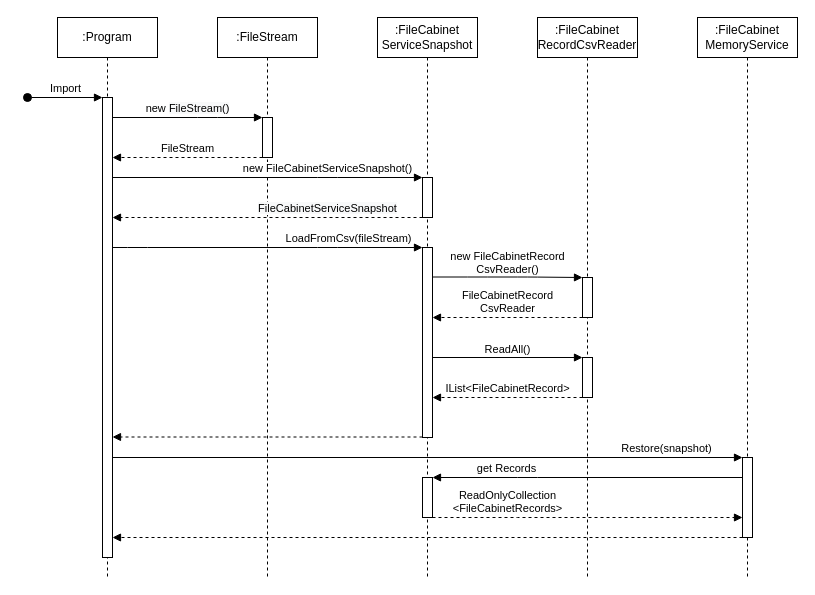
Before: page "Import - Sequence" (10 of 20) of drawings.drawio in epam-dotnet-lab/file-cabinet-task, a draw.io diagram. Source tidied: cells renumbered, new cells numbered last; positions are measured from the earlier drawing's top-left corner, leaving out a move shared by most shapes. Both pictures are drawn from the tidied source at 100%, with x=0, y=0 at pixel (27, 17).
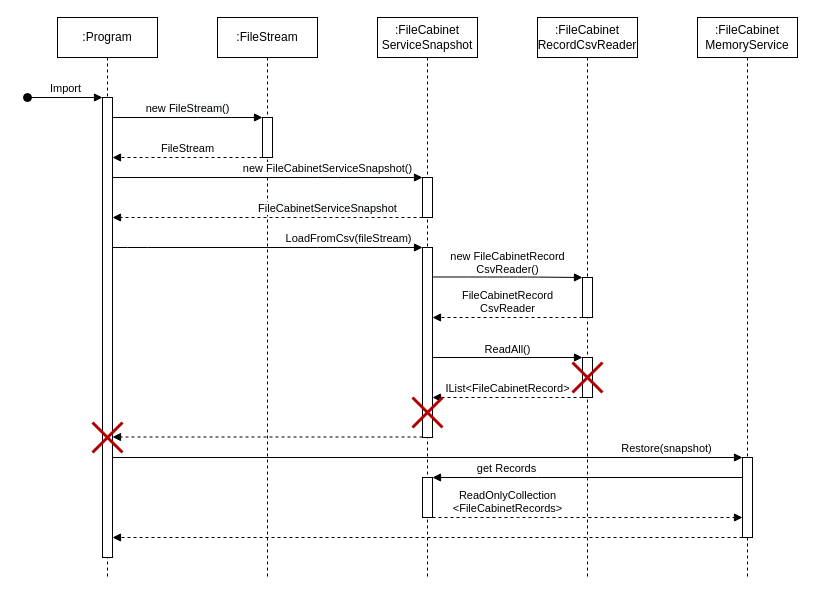
Above is the later version.

Unchanged cells that the change refers to:
```xml
<mxCell id="2" value=":Program" style="shape=umlLifeline;perimeter=lifelinePerimeter;whiteSpace=wrap;html=1;strokeColor=#000000;fillColor=none;" parent="1" vertex="1">
  <mxGeometry x="30" width="100" height="560" as="geometry" />
</mxCell>
<mxCell id="13" value="&lt;span style=&quot;font-weight: 400 ; white-space: nowrap&quot;&gt;:FileCabinet&lt;/span&gt;&lt;br style=&quot;font-weight: 400 ; white-space: nowrap&quot;&gt;&lt;span style=&quot;font-weight: 400 ; white-space: nowrap&quot;&gt;RecordCsvReader&lt;/span&gt;" style="shape=umlLifeline;perimeter=lifelinePerimeter;whiteSpace=wrap;html=1;strokeColor=#000000;fillColor=none;fontStyle=1;" parent="1" vertex="1">
  <mxGeometry x="510" width="100" height="560" as="geometry" />
</mxCell>
```

The edit, as a diff of the source:
```diff
@@
+    <mxCell id="30" style="group;" parent="2" vertex="1">
+      <mxGeometry x="35" y="405" width="30" height="30" as="geometry" />
+    </mxCell>
+    <mxCell id="31" style="endArrow=none;html=1;strokeWidth=3;fillColor=#e51400;strokeColor=#B20000;" parent="30" edge="1">
+      <mxGeometry relative="1" as="geometry">
+        <mxPoint y="30" as="sourcePoint" />
+        <mxPoint x="30" as="targetPoint" />
+      </mxGeometry>
+    </mxCell>
+    <mxCell id="32" style="endArrow=none;html=1;strokeWidth=3;fillColor=#e51400;strokeColor=#B20000;" parent="30" edge="1">
+      <mxGeometry relative="1" as="geometry">
+        <mxPoint x="30" y="30" as="sourcePoint" />
+        <mxPoint as="targetPoint" />
+      </mxGeometry>
+    </mxCell>
@@
+    <mxCell id="33" style="group;" parent="13" vertex="1">
+      <mxGeometry x="35" y="345" width="30" height="30" as="geometry" />
+    </mxCell>
+    <mxCell id="34" style="endArrow=none;html=1;strokeWidth=3;fillColor=#e51400;strokeColor=#B20000;" parent="33" edge="1">
+      <mxGeometry relative="1" as="geometry">
+        <mxPoint y="30" as="sourcePoint" />
+        <mxPoint x="30" as="targetPoint" />
+      </mxGeometry>
+    </mxCell>
+    <mxCell id="35" style="endArrow=none;html=1;strokeWidth=3;fillColor=#e51400;strokeColor=#B20000;" parent="33" edge="1">
+      <mxGeometry relative="1" as="geometry">
+        <mxPoint x="30" y="30" as="sourcePoint" />
+        <mxPoint as="targetPoint" />
+      </mxGeometry>
+    </mxCell>
@@
+    <mxCell id="36" style="group;" parent="1" vertex="1">
+      <mxGeometry x="385" y="380" width="30" height="30" as="geometry" />
+    </mxCell>
+    <mxCell id="37" style="endArrow=none;html=1;strokeWidth=3;fillColor=#e51400;strokeColor=#B20000;" parent="36" edge="1">
+      <mxGeometry relative="1" as="geometry">
+        <mxPoint y="30" as="sourcePoint" />
+        <mxPoint x="30" as="targetPoint" />
+      </mxGeometry>
+    </mxCell>
+    <mxCell id="38" style="endArrow=none;html=1;strokeWidth=3;fillColor=#e51400;strokeColor=#B20000;" parent="36" edge="1">
+      <mxGeometry relative="1" as="geometry">
+        <mxPoint x="30" y="30" as="sourcePoint" />
+        <mxPoint as="targetPoint" />
+      </mxGeometry>
+    </mxCell>
```
